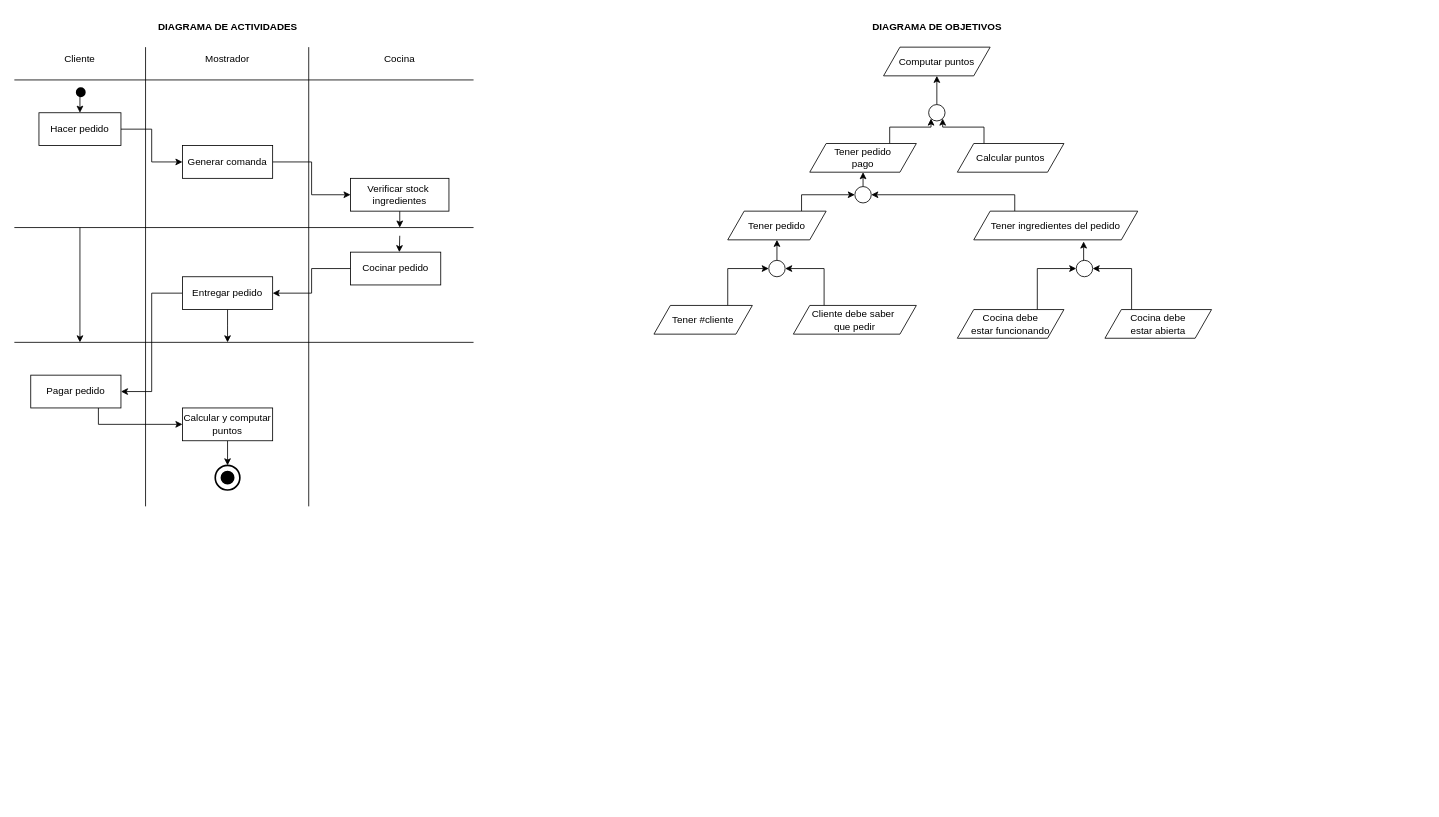
The draw.io diagram Diagrama sin título.drawio in manuvelloso/BaseDatos, before the edit. Source tidied: cells renumbered, new cells numbered last; positions are measured from the earlier drawing's top-left corner, leaving out a move shared by most shapes. Both pictures are drawn from the tidied source at 82%, with x=0, y=0 at pixel (14, 14).
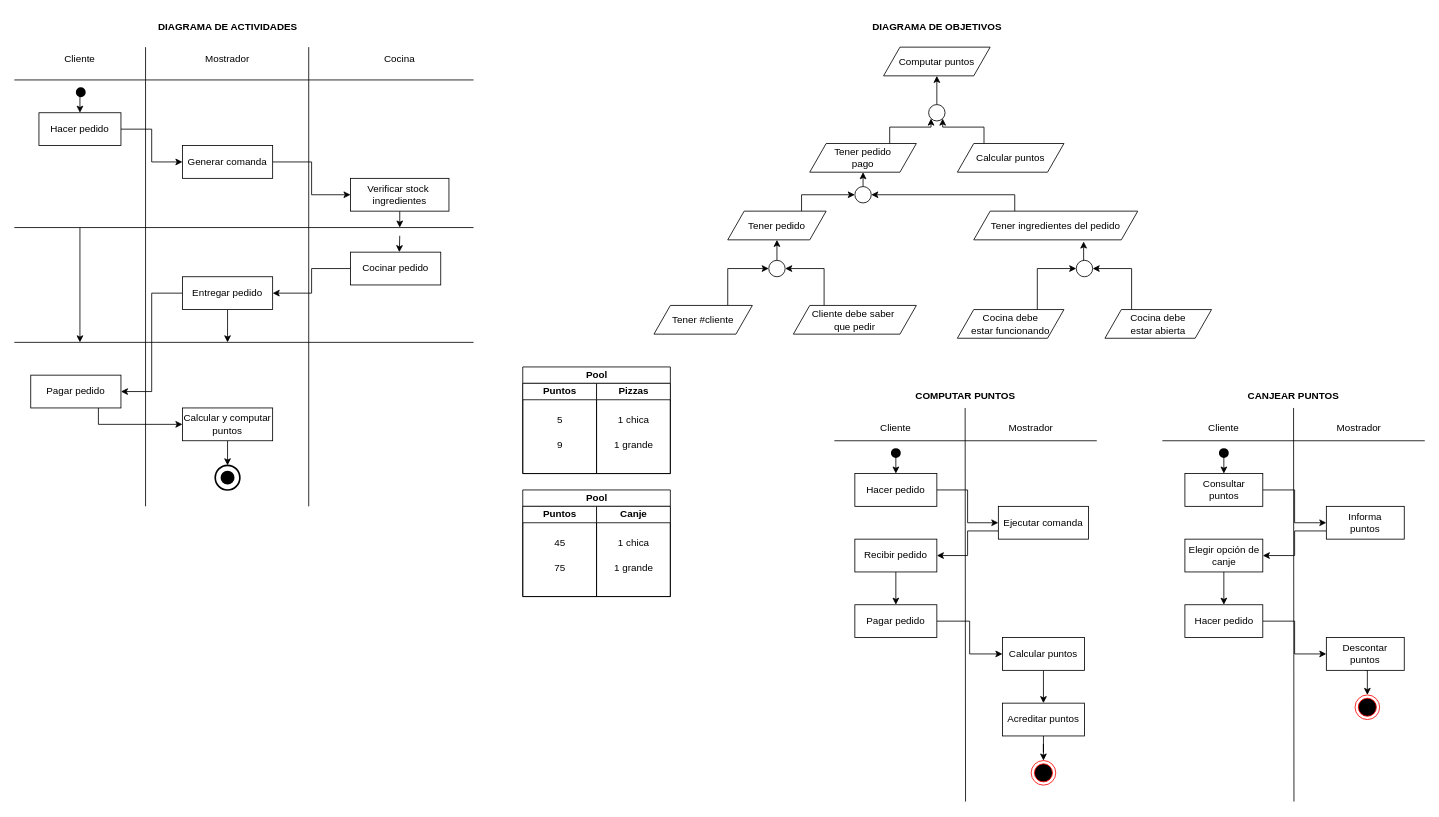
Above is the later version.

What changed in the source:
```diff
@@
+    <mxCell id="59" value="Pool" style="swimlane;startSize=20;html=1;" parent="1" vertex="1">
+      <mxGeometry x="620" y="430" width="180" height="130" as="geometry" />
+    </mxCell>
+    <mxCell id="60" value="Puntos" style="swimlane;startSize=20;html=1;" parent="59" vertex="1">
+      <mxGeometry y="20" width="90" height="110" as="geometry" />
+    </mxCell>
+    <mxCell id="61" value="9" style="text;html=1;align=center;verticalAlign=middle;strokeColor=none;fillColor=none;" parent="60" vertex="1">
+      <mxGeometry x="30" y="60" width="30" height="30" as="geometry" />
+    </mxCell>
+    <mxCell id="62" value="5" style="text;html=1;align=center;verticalAlign=middle;strokeColor=none;fillColor=none;" parent="60" vertex="1">
+      <mxGeometry x="30" y="30" width="30" height="30" as="geometry" />
+    </mxCell>
+    <mxCell id="63" value="Pizzas" style="swimlane;startSize=20;html=1;" parent="59" vertex="1">
+      <mxGeometry x="90" y="20" width="90" height="110" as="geometry" />
+    </mxCell>
+    <mxCell id="64" value="1 chica" style="text;html=1;align=center;verticalAlign=middle;strokeColor=none;fillColor=none;" parent="63" vertex="1">
+      <mxGeometry x="15" y="30" width="60" height="30" as="geometry" />
+    </mxCell>
+    <mxCell id="65" value="1 grande" style="text;html=1;align=center;verticalAlign=middle;strokeColor=none;fillColor=none;" parent="63" vertex="1">
+      <mxGeometry x="10" y="60" width="70" height="30" as="geometry" />
+    </mxCell>
+    <mxCell id="66" value="Pool" style="swimlane;startSize=20;html=1;" parent="1" vertex="1">
+      <mxGeometry x="620" y="580" width="180" height="130" as="geometry" />
+    </mxCell>
+    <mxCell id="67" value="Puntos" style="swimlane;startSize=20;html=1;" parent="66" vertex="1">
+      <mxGeometry y="20" width="90" height="110" as="geometry" />
+    </mxCell>
+    <mxCell id="68" value="75" style="text;html=1;align=center;verticalAlign=middle;strokeColor=none;fillColor=none;" parent="67" vertex="1">
+      <mxGeometry x="25" y="60" width="40" height="30" as="geometry" />
+    </mxCell>
+    <mxCell id="69" value="45" style="text;html=1;align=center;verticalAlign=middle;strokeColor=none;fillColor=none;" parent="67" vertex="1">
+      <mxGeometry x="25" y="30" width="40" height="30" as="geometry" />
+    </mxCell>
+    <mxCell id="70" value="Canje" style="swimlane;startSize=20;html=1;" parent="66" vertex="1">
+      <mxGeometry x="90" y="20" width="90" height="110" as="geometry" />
+    </mxCell>
+    <mxCell id="71" value="1 chica" style="text;html=1;align=center;verticalAlign=middle;strokeColor=none;fillColor=none;" parent="70" vertex="1">
+      <mxGeometry x="15" y="30" width="60" height="30" as="geometry" />
+    </mxCell>
+    <mxCell id="72" value="1 grande" style="text;html=1;align=center;verticalAlign=middle;strokeColor=none;fillColor=none;" parent="70" vertex="1">
+      <mxGeometry x="10" y="60" width="70" height="30" as="geometry" />
+    </mxCell>
+    <mxCell id="73" style="line;strokeWidth=1;dashed=0;labelPosition=right;align=left;verticalAlign=middle;spacingTop=0;spacingLeft=6;" parent="1" vertex="1">
+      <mxGeometry x="1000" y="515" width="320" height="10" as="geometry" />
+    </mxCell>
+    <mxCell id="74" style="endArrow=none;html=1;rounded=0;" parent="1" edge="1">
+      <mxGeometry relative="1" as="geometry">
+        <mxPoint x="1159.5" y="480" as="sourcePoint" />
+        <mxPoint x="1160" y="960" as="targetPoint" />
+      </mxGeometry>
+    </mxCell>
+    <mxCell id="75" value="Cliente" style="text;html=1;strokeColor=none;fillColor=none;align=center;verticalAlign=middle;whiteSpace=wrap;rounded=0;" parent="1" vertex="1">
+      <mxGeometry x="1045" y="490" width="60" height="30" as="geometry" />
+    </mxCell>
+    <mxCell id="76" value="Mostrador" style="text;html=1;strokeColor=none;fillColor=none;align=center;verticalAlign=middle;whiteSpace=wrap;rounded=0;" parent="1" vertex="1">
+      <mxGeometry x="1210" y="490" width="60" height="30" as="geometry" />
+    </mxCell>
+    <mxCell id="77" value="&lt;b&gt;COMPUTAR PUNTOS&lt;/b&gt;" style="text;html=1;strokeColor=none;fillColor=none;align=center;verticalAlign=middle;whiteSpace=wrap;rounded=0;" parent="1" vertex="1">
+      <mxGeometry x="1085" y="450" width="150" height="30" as="geometry" />
+    </mxCell>
+    <mxCell id="78" style="edgeStyle=orthogonalEdgeStyle;rounded=0;jettySize=auto;html=1;exitX=0.5;exitY=1;exitDx=0;exitDy=0;exitPerimeter=0;entryX=0.5;entryY=0;entryDx=0;entryDy=0;" parent="1" edge="1" source="79" target="81">
+      <mxGeometry relative="1" as="geometry" />
+    </mxCell>
+    <mxCell id="79" style="strokeWidth=2;html=1;shape=mxgraph.flowchart.start_2;whiteSpace=wrap;fillColor=#000000;" parent="1" vertex="1">
+      <mxGeometry x="1070" y="530" width="10" height="10" as="geometry" />
+    </mxCell>
+    <mxCell id="80" style="edgeStyle=orthogonalEdgeStyle;rounded=0;jettySize=auto;html=1;exitX=1;exitY=0.5;exitDx=0;exitDy=0;entryX=0;entryY=0.5;entryDx=0;entryDy=0;" parent="1" edge="1" source="81" target="83">
+      <mxGeometry relative="1" as="geometry" />
+    </mxCell>
+    <mxCell id="81" value="Hacer pedido" style="rounded=0;whiteSpace=wrap;html=1;" parent="1" vertex="1">
+      <mxGeometry x="1025" y="560" width="100" height="40" as="geometry" />
+    </mxCell>
+    <mxCell id="82" style="edgeStyle=orthogonalEdgeStyle;rounded=0;jettySize=auto;html=1;exitX=0;exitY=0.75;exitDx=0;exitDy=0;entryX=1;entryY=0.5;entryDx=0;entryDy=0;" parent="1" edge="1" source="83" target="85">
+      <mxGeometry relative="1" as="geometry" />
+    </mxCell>
+    <mxCell id="83" value="Ejecutar comanda" style="rounded=0;whiteSpace=wrap;html=1;" parent="1" vertex="1">
+      <mxGeometry x="1200" y="600" width="110" height="40" as="geometry" />
+    </mxCell>
+    <mxCell id="84" style="edgeStyle=orthogonalEdgeStyle;rounded=0;jettySize=auto;html=1;exitX=0.5;exitY=1;exitDx=0;exitDy=0;entryX=0.5;entryY=0;entryDx=0;entryDy=0;" parent="1" edge="1" source="85" target="87">
+      <mxGeometry relative="1" as="geometry" />
+    </mxCell>
+    <mxCell id="85" value="Recibir pedido" style="rounded=0;whiteSpace=wrap;html=1;" parent="1" vertex="1">
+      <mxGeometry x="1025" y="640" width="100" height="40" as="geometry" />
+    </mxCell>
+    <mxCell id="86" style="edgeStyle=orthogonalEdgeStyle;rounded=0;jettySize=auto;html=1;exitX=1;exitY=0.5;exitDx=0;exitDy=0;entryX=0;entryY=0.5;entryDx=0;entryDy=0;" parent="1" edge="1" source="87" target="89">
+      <mxGeometry relative="1" as="geometry" />
+    </mxCell>
+    <mxCell id="87" value="Pagar pedido" style="rounded=0;whiteSpace=wrap;html=1;" parent="1" vertex="1">
+      <mxGeometry x="1025" y="720" width="100" height="40" as="geometry" />
+    </mxCell>
+    <mxCell id="88" style="edgeStyle=orthogonalEdgeStyle;rounded=0;jettySize=auto;html=1;exitX=0.5;exitY=1;exitDx=0;exitDy=0;entryX=0.5;entryY=0;entryDx=0;entryDy=0;" parent="1" edge="1" source="89" target="91">
+      <mxGeometry relative="1" as="geometry" />
+    </mxCell>
+    <mxCell id="89" value="Calcular puntos" style="rounded=0;whiteSpace=wrap;html=1;" parent="1" vertex="1">
+      <mxGeometry x="1205" y="760" width="100" height="40" as="geometry" />
+    </mxCell>
+    <mxCell id="90" style="edgeStyle=orthogonalEdgeStyle;rounded=0;jettySize=auto;html=1;exitX=0.5;exitY=1;exitDx=0;exitDy=0;" parent="1" edge="1" source="91" target="92">
+      <mxGeometry relative="1" as="geometry" />
+    </mxCell>
+    <mxCell id="91" value="Acreditar puntos" style="rounded=0;whiteSpace=wrap;html=1;" parent="1" vertex="1">
+      <mxGeometry x="1205" y="840" width="100" height="40" as="geometry" />
+    </mxCell>
+    <mxCell id="92" style="ellipse;html=1;shape=endState;fillColor=#000000;strokeColor=#ff0000;" parent="1" vertex="1">
+      <mxGeometry x="1240" y="910" width="30" height="30" as="geometry" />
+    </mxCell>
+    <mxCell id="93" style="line;strokeWidth=1;dashed=0;labelPosition=right;align=left;verticalAlign=middle;spacingTop=0;spacingLeft=6;" parent="1" vertex="1">
+      <mxGeometry x="1400" y="515" width="320" height="10" as="geometry" />
+    </mxCell>
+    <mxCell id="94" value="Cliente" style="text;html=1;strokeColor=none;fillColor=none;align=center;verticalAlign=middle;whiteSpace=wrap;rounded=0;" parent="1" vertex="1">
+      <mxGeometry x="1445" y="490" width="60" height="30" as="geometry" />
+    </mxCell>
+    <mxCell id="95" value="Mostrador" style="text;html=1;strokeColor=none;fillColor=none;align=center;verticalAlign=middle;whiteSpace=wrap;rounded=0;" parent="1" vertex="1">
+      <mxGeometry x="1610" y="490" width="60" height="30" as="geometry" />
+    </mxCell>
+    <mxCell id="96" style="edgeStyle=orthogonalEdgeStyle;rounded=0;jettySize=auto;html=1;exitX=0.5;exitY=1;exitDx=0;exitDy=0;exitPerimeter=0;entryX=0.5;entryY=0;entryDx=0;entryDy=0;" parent="1" edge="1" source="97" target="99">
+      <mxGeometry relative="1" as="geometry" />
+    </mxCell>
+    <mxCell id="97" style="strokeWidth=2;html=1;shape=mxgraph.flowchart.start_2;whiteSpace=wrap;fillColor=#000000;" parent="1" vertex="1">
+      <mxGeometry x="1470" y="530" width="10" height="10" as="geometry" />
+    </mxCell>
+    <mxCell id="98" style="edgeStyle=orthogonalEdgeStyle;rounded=0;jettySize=auto;html=1;exitX=1;exitY=0.5;exitDx=0;exitDy=0;entryX=0;entryY=0.5;entryDx=0;entryDy=0;" parent="1" edge="1" source="99" target="102">
+      <mxGeometry relative="1" as="geometry" />
+    </mxCell>
+    <mxCell id="99" value="Consultar &lt;br&gt;puntos" style="rounded=0;whiteSpace=wrap;html=1;" parent="1" vertex="1">
+      <mxGeometry x="1427.5" y="560" width="95" height="40" as="geometry" />
+    </mxCell>
+    <mxCell id="100" style="endArrow=none;html=1;rounded=0;" parent="1" edge="1">
+      <mxGeometry relative="1" as="geometry">
+        <mxPoint x="1560" y="480" as="sourcePoint" />
+        <mxPoint x="1560.5" y="960" as="targetPoint" />
+      </mxGeometry>
+    </mxCell>
+    <mxCell id="101" style="edgeStyle=orthogonalEdgeStyle;rounded=0;jettySize=auto;html=1;exitX=0;exitY=0.75;exitDx=0;exitDy=0;entryX=1;entryY=0.5;entryDx=0;entryDy=0;" parent="1" edge="1" source="102" target="104">
+      <mxGeometry relative="1" as="geometry" />
+    </mxCell>
+    <mxCell id="102" value="Informa&lt;br&gt;puntos" style="rounded=0;whiteSpace=wrap;html=1;" parent="1" vertex="1">
+      <mxGeometry x="1600" y="600" width="95" height="40" as="geometry" />
+    </mxCell>
+    <mxCell id="103" style="edgeStyle=orthogonalEdgeStyle;rounded=0;jettySize=auto;html=1;exitX=0.5;exitY=1;exitDx=0;exitDy=0;" parent="1" edge="1" source="104" target="106">
+      <mxGeometry relative="1" as="geometry" />
+    </mxCell>
+    <mxCell id="104" value="Elegir opción de&lt;br&gt;canje" style="rounded=0;whiteSpace=wrap;html=1;" parent="1" vertex="1">
+      <mxGeometry x="1427.5" y="640" width="95" height="40" as="geometry" />
+    </mxCell>
+    <mxCell id="105" style="edgeStyle=orthogonalEdgeStyle;rounded=0;jettySize=auto;html=1;exitX=1;exitY=0.5;exitDx=0;exitDy=0;entryX=0;entryY=0.5;entryDx=0;entryDy=0;" parent="1" edge="1" source="106" target="108">
+      <mxGeometry relative="1" as="geometry" />
+    </mxCell>
+    <mxCell id="106" value="Hacer pedido" style="rounded=0;whiteSpace=wrap;html=1;" parent="1" vertex="1">
+      <mxGeometry x="1427.5" y="720" width="95" height="40" as="geometry" />
+    </mxCell>
+    <mxCell id="107" style="edgeStyle=orthogonalEdgeStyle;rounded=0;jettySize=auto;html=1;exitX=0.5;exitY=1;exitDx=0;exitDy=0;entryX=0.5;entryY=0;entryDx=0;entryDy=0;" parent="1" edge="1" source="108" target="109">
+      <mxGeometry relative="1" as="geometry" />
+    </mxCell>
+    <mxCell id="108" value="Descontar puntos" style="rounded=0;whiteSpace=wrap;html=1;" parent="1" vertex="1">
+      <mxGeometry x="1600" y="760" width="95" height="40" as="geometry" />
+    </mxCell>
+    <mxCell id="109" style="ellipse;html=1;shape=endState;fillColor=#000000;strokeColor=#ff0000;" parent="1" vertex="1">
+      <mxGeometry x="1635" y="830" width="30" height="30" as="geometry" />
+    </mxCell>
+    <mxCell id="110" value="&lt;b&gt;CANJEAR PUNTOS&lt;/b&gt;" style="text;html=1;strokeColor=none;fillColor=none;align=center;verticalAlign=middle;whiteSpace=wrap;rounded=0;" parent="1" vertex="1">
+      <mxGeometry x="1485" y="450" width="150" height="30" as="geometry" />
+    </mxCell>
```
